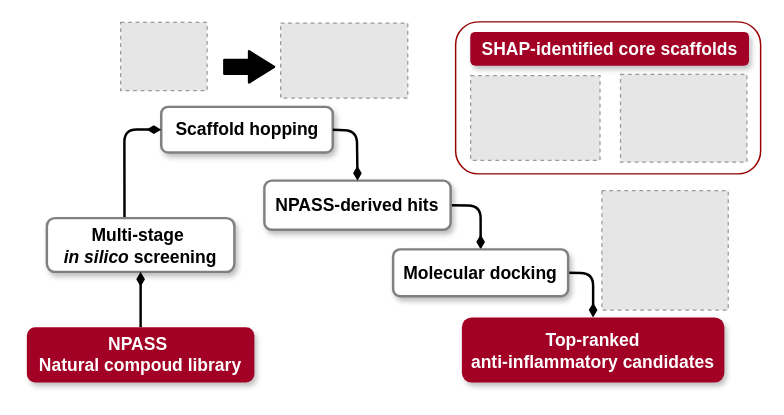
Before: visualization/Graphic_abstract.drawio in HuynhAnhDuy/Inflam_NP, a draw.io diagram. Source tidied: cells renumbered, new cells numbered last; positions are measured from the earlier drawing's top-left corner, leaving out a move shared by most shapes. Both pictures are drawn from the tidied source at 125%, with x=0, y=0 at pixel (26, 21). Pictures stored in the file or linked from it are replaced by grey dashed boxes.
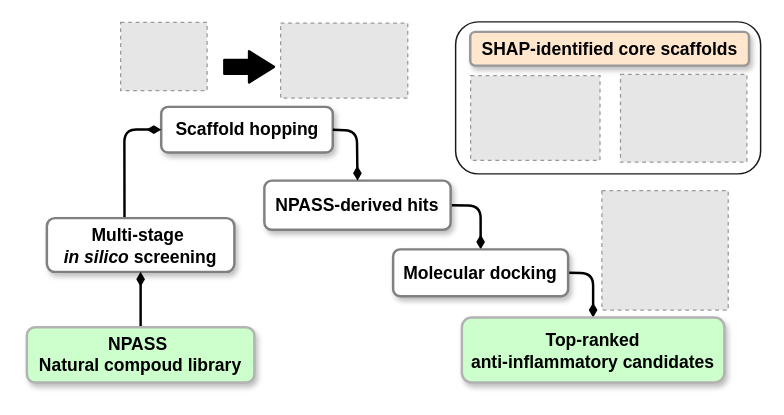
Above is the later version.

Change to the diagram source:
```diff
@@
-    <mxCell id="2" style="rounded=1;whiteSpace=wrap;html=1;fillColor=none;strokeColor=#990000;strokeWidth=1.1810999999999998;fontSize=14;" parent="1" vertex="1">
+    <mxCell id="2" style="rounded=1;whiteSpace=wrap;html=1;fillColor=none;strokeColor=#1A1A1A;strokeWidth=1.1810999999999998;fontSize=14;" parent="1" vertex="1">
       <mxGeometry x="343" width="244" height="121.6" as="geometry" />
     </mxCell>
@@
-    <mxCell id="11" value="&lt;font style=&quot;color: rgb(255, 255, 255);&quot;&gt;NPASS&amp;nbsp;&lt;/font&gt;&lt;div&gt;&lt;font style=&quot;color: rgb(255, 255, 255);&quot;&gt;Natural compoud library&lt;/font&gt;&lt;/div&gt;" style="rounded=1;whiteSpace=wrap;html=1;fontStyle=1;strokeWidth=1.9685;shadow=1;fontSize=14;fillColor=#a20025;strokeColor=none;fontColor=#ffffff;" parent="1" vertex="1">
+    <mxCell id="11" value="&lt;font style=&quot;color: rgb(0, 0, 0);&quot;&gt;NPASS&amp;nbsp;&lt;/font&gt;&lt;div&gt;&lt;font style=&quot;color: rgb(0, 0, 0);&quot;&gt;Natural compoud library&lt;/font&gt;&lt;/div&gt;" style="rounded=1;whiteSpace=wrap;html=1;fontStyle=1;strokeWidth=1.9685;shadow=1;fontSize=14;fillColor=#CCFFCC;strokeColor=#B3B3B3;" parent="1" vertex="1">
       <mxGeometry y="244.3" width="182" height="44.2" as="geometry" />
     </mxCell>
-    <mxCell id="12" value="&lt;font style=&quot;color: rgb(255, 255, 255);&quot;&gt;Top-ranked&lt;/font&gt;&lt;div&gt;&lt;font style=&quot;color: rgb(255, 255, 255);&quot;&gt;anti-inflammatory candidates&lt;/font&gt;&lt;/div&gt;" style="rounded=1;whiteSpace=wrap;html=1;fontStyle=1;strokeWidth=1.9685;shadow=1;fontSize=14;strokeColor=none;fillColor=#a20025;fontColor=#ffffff;" parent="1" vertex="1">
+    <mxCell id="12" value="&lt;font style=&quot;color: rgb(0, 0, 0);&quot;&gt;Top-ranked&lt;/font&gt;&lt;div&gt;&lt;font style=&quot;color: rgb(0, 0, 0);&quot;&gt;anti-inflammatory candidates&lt;/font&gt;&lt;/div&gt;" style="rounded=1;whiteSpace=wrap;html=1;fontStyle=1;strokeWidth=1.9685;shadow=1;fontSize=14;strokeColor=#B3B3B3;fillColor=#CCFFCC;" parent="1" vertex="1">
       <mxGeometry x="348" y="236.5" width="210" height="52" as="geometry" />
     </mxCell>
-    <mxCell id="13" value="&lt;font style=&quot;color: rgb(255, 255, 255);&quot;&gt;SHAP-identified&amp;nbsp;&lt;/font&gt;&lt;span style=&quot;background-color: transparent;&quot;&gt;&lt;font style=&quot;color: rgb(255, 255, 255);&quot;&gt;core scaffolds&lt;/font&gt;&lt;/span&gt;" style="rounded=1;whiteSpace=wrap;html=1;fontStyle=1;strokeWidth=1.9685;shadow=1;fontSize=14;fillColor=#a20025;strokeColor=none;fontColor=#ffffff;" parent="1" vertex="1">
+    <mxCell id="13" value="&lt;font style=&quot;&quot;&gt;SHAP-identified&amp;nbsp;&lt;/font&gt;&lt;span style=&quot;background-color: transparent;&quot;&gt;&lt;font style=&quot;&quot;&gt;core scaffolds&lt;/font&gt;&lt;/span&gt;" style="rounded=1;whiteSpace=wrap;html=1;fontStyle=1;strokeWidth=1.9685;shadow=1;fontSize=14;fillColor=#FFE6CC;strokeColor=#999999;" parent="1" vertex="1">
       <mxGeometry x="354.7" y="8" width="223" height="27" as="geometry" />
     </mxCell>
```
